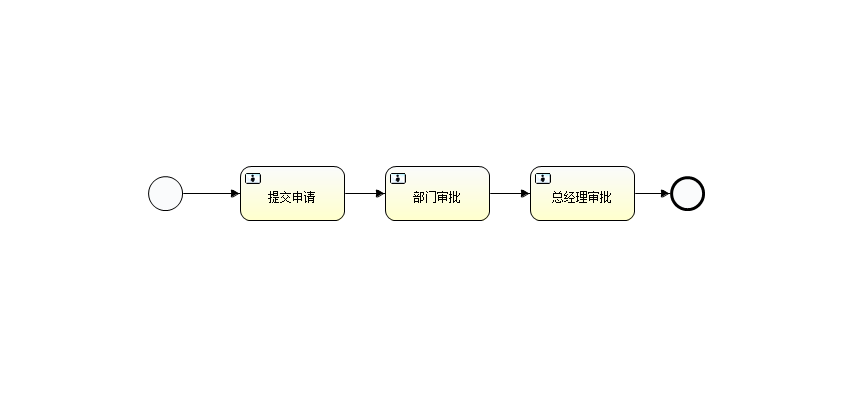
Earlier version of the BPMN export activiti_study/src/main/resources/diagrams/fileName.png (ynan1213/LyonBlog). Its source is kept beside it as activiti_study/src/main/resources/diagrams/fileName.bpmn. Ids are renumbered.
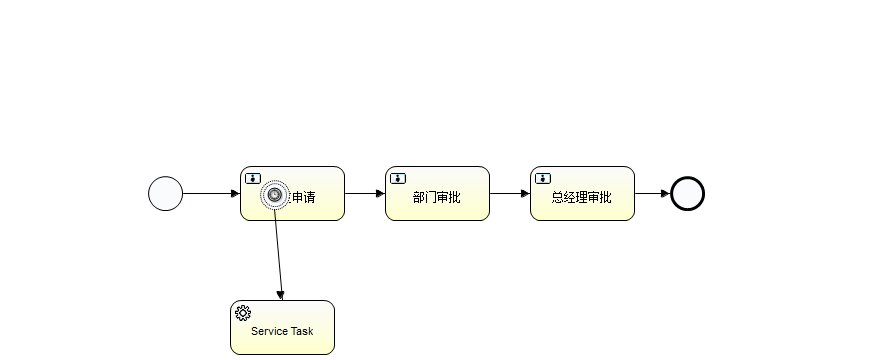
After the change.

Change to the diagram source:
```diff
@@ -13,6 +13,13 @@
     <userTask id="usertask3" name="总经理审批" activiti:assignee="王五"></userTask>
     <sequenceFlow id="flow3" sourceRef="usertask2" targetRef="usertask3"></sequenceFlow>
     <sequenceFlow id="flow4" sourceRef="usertask3" targetRef="endevent1"></sequenceFlow>
+    <boundaryEvent id="boundarytimer1" name="Timer" attachedToRef="usertask1" cancelActivity="false">
+      <timerEventDefinition>
+        <timeDuration>${onelevel}</timeDuration>
+      </timerEventDefinition>
+    </boundaryEvent>
+    <serviceTask id="servicetask1" name="Service Task" activiti:class="com.epichust.main.TimerTest111"></serviceTask>
+    <sequenceFlow id="flow5" sourceRef="boundarytimer1" targetRef="servicetask1"></sequenceFlow>
   </process>
   <bpmndi:BPMNDiagram id="BPMNDiagram_deployment_id_yuan">
     <bpmndi:BPMNPlane bpmnElement="deployment_id_yuan" id="BPMNPlane_deployment_id_yuan">
@@ -25,11 +32,17 @@
       <bpmndi:BPMNShape bpmnElement="usertask1" id="BPMNShape_usertask1">
         <omgdc:Bounds height="55.0" width="105.0" x="240.0" y="166.0"></omgdc:Bounds>
       </bpmndi:BPMNShape>
+      <bpmndi:BPMNShape bpmnElement="boundarytimer1" id="BPMNShape_boundarytimer1">
+        <omgdc:Bounds height="30.0" width="30.0" x="260.0" y="180.0"></omgdc:Bounds>
+      </bpmndi:BPMNShape>
       <bpmndi:BPMNShape bpmnElement="usertask2" id="BPMNShape_usertask2">
         <omgdc:Bounds height="55.0" width="105.0" x="385.0" y="166.0"></omgdc:Bounds>
       </bpmndi:BPMNShape>
       <bpmndi:BPMNShape bpmnElement="usertask3" id="BPMNShape_usertask3">
         <omgdc:Bounds height="55.0" width="105.0" x="530.0" y="166.0"></omgdc:Bounds>
+      </bpmndi:BPMNShape>
+      <bpmndi:BPMNShape bpmnElement="servicetask1" id="BPMNShape_servicetask1">
+        <omgdc:Bounds height="55.0" width="105.0" x="230.0" y="300.0"></omgdc:Bounds>
       </bpmndi:BPMNShape>
       <bpmndi:BPMNEdge bpmnElement="flow1" id="BPMNEdge_flow1">
         <omgdi:waypoint x="183.0" y="193.0"></omgdi:waypoint>
@@ -47,6 +60,10 @@
         <omgdi:waypoint x="635.0" y="193.0"></omgdi:waypoint>
         <omgdi:waypoint x="670.0" y="193.0"></omgdi:waypoint>
       </bpmndi:BPMNEdge>
+      <bpmndi:BPMNEdge bpmnElement="flow5" id="BPMNEdge_flow5">
+        <omgdi:waypoint x="275.0" y="210.0"></omgdi:waypoint>
+        <omgdi:waypoint x="282.0" y="300.0"></omgdi:waypoint>
+      </bpmndi:BPMNEdge>
     </bpmndi:BPMNPlane>
   </bpmndi:BPMNDiagram>
 </definitions>
```
